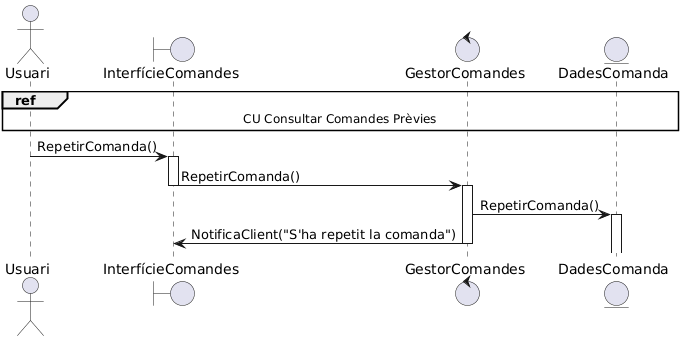
The PlantUML diagram documents/Diagrames i Especificacions/Seqüencia/seta/4 - Repetir Comandes Prèvies.png in martipages/ES23UAB431-02, before a commit. Source of this version:
```plantuml
@startuml
actor Usuari
boundary InterfícieComandes
control GestorComandes
entity DadesComanda

ref over Usuari,InterfícieComandes,GestorComandes,DadesComanda: CU Consultar Comandes Prèvies


Usuari -> InterfícieComandes++: RepetirComanda()
InterfícieComandes -> GestorComandes--++: RepetirComanda()
GestorComandes -> DadesComanda++: RepetirComanda()

GestorComandes -> InterfícieComandes--: NotificaClient("S'ha repetit la comanda")
@enduml
```
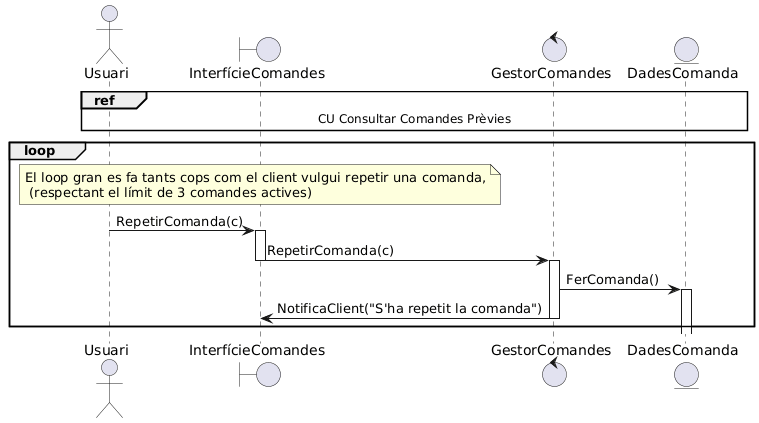
After the commit.

What changed in the source:
```diff
@@ -5,11 +5,13 @@
 entity DadesComanda
 
 ref over Usuari,InterfícieComandes,GestorComandes,DadesComanda: CU Consultar Comandes Prèvies
+loop
+note over InterfícieComandes: El loop gran es fa tants cops com el client vulgui repetir una comanda,\n (respectant el límit de 3 comandes actives)
 
-
-Usuari -> InterfícieComandes++: RepetirComanda()
-InterfícieComandes -> GestorComandes--++: RepetirComanda()
-GestorComandes -> DadesComanda++: RepetirComanda()
+Usuari -> InterfícieComandes++: RepetirComanda(c)
+InterfícieComandes -> GestorComandes--++: RepetirComanda(c)
+GestorComandes -> DadesComanda++: FerComanda()
 
 GestorComandes -> InterfícieComandes--: NotificaClient("S'ha repetit la comanda")
+end
 @enduml
```
